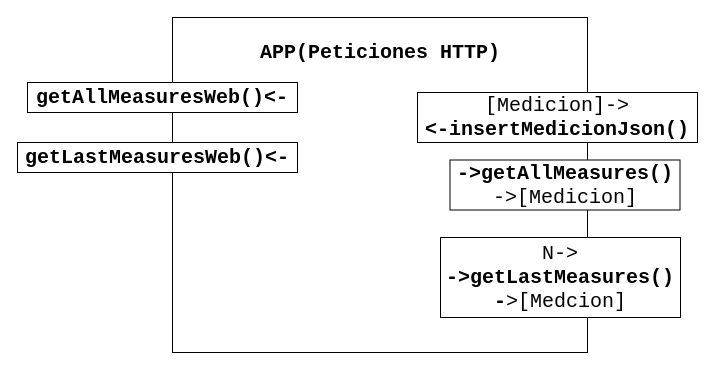
3-GTI-ProyectoMedioAmbiente/BackEndRest keeps this draw.io diagram as page "App" (4 of 6) of doc/Diseño/DiseñoApiREST.drawio. Above is the earlier version. Source tidied: cells renumbered, new cells numbered last; positions are measured from the earlier drawing's top-left corner, leaving out a move shared by most shapes. Both pictures are drawn from the tidied source at 100%, with x=0, y=0 at pixel (17, 17).
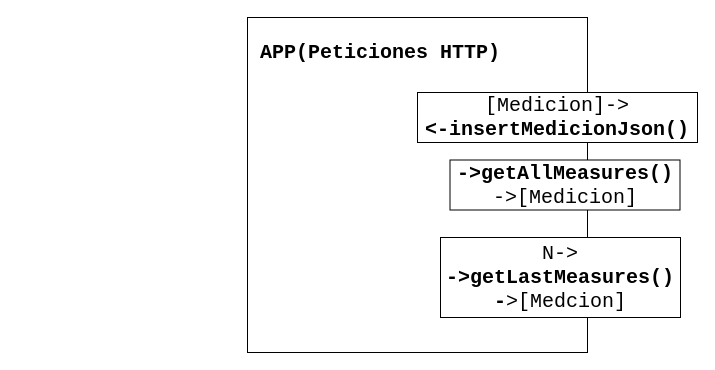
The same page after the edit.

Diff of the diagram source:
```diff
@@
 <mxGraphModel>
   <root>
     <mxCell id="0" />
     <mxCell id="1" parent="0" />
     <mxCell id="2" style="rounded=0;whiteSpace=wrap;html=1;" parent="1" vertex="1">
-      <mxGeometry x="155" width="415" height="335" as="geometry" />
+      <mxGeometry x="230" width="340" height="335" as="geometry" />
     </mxCell>
     <mxCell id="3" value="APP(Peticiones HTTP)" style="text;html=1;strokeColor=none;fillColor=none;align=center;verticalAlign=middle;whiteSpace=wrap;rounded=0;fontStyle=1;fontFamily=Courier New;fontSize=20;" parent="1" vertex="1">
       <mxGeometry x="238.8" y="25" width="247.5" height="20" as="geometry" />
     </mxCell>
     <mxCell id="4" value="[Medicion]-&amp;gt;&lt;br&gt;&lt;b&gt;&amp;lt;-insertMedicionJson()&lt;/b&gt;" style="rounded=0;whiteSpace=wrap;html=1;fontFamily=Courier New;fontSize=20;align=center;fontStyle=0;" parent="1" vertex="1">
       <mxGeometry x="400" y="75" width="280" height="50" as="geometry" />
     </mxCell>
     <mxCell id="5" value="&lt;b&gt;-&amp;gt;getAllMeasures()&lt;br&gt;&lt;/b&gt;-&amp;gt;[Medicion]" style="rounded=0;whiteSpace=wrap;html=1;fontFamily=Courier New;fontSize=20;align=center;fontStyle=0;" parent="1" vertex="1">
       <mxGeometry x="432.5" y="142.5" width="230" height="50" as="geometry" />
     </mxCell>
     <mxCell id="6" value="N-&amp;gt;&lt;br&gt;&lt;b&gt;-&amp;gt;getLastMeasures()&lt;/b&gt;&lt;br&gt;&lt;b&gt;-&lt;/b&gt;&amp;gt;[Medcion]" style="rounded=0;whiteSpace=wrap;html=1;fontFamily=Courier New;fontSize=20;align=center;fontStyle=0;" parent="1" vertex="1">
       <mxGeometry x="423" y="220" width="240" height="80" as="geometry" />
     </mxCell>
-    <mxCell id="7" value="&lt;b&gt;getAllMeasuresWeb()&amp;lt;-&lt;/b&gt;" style="rounded=0;whiteSpace=wrap;html=1;fontFamily=Courier New;fontSize=20;align=center;fontStyle=0;" parent="1" vertex="1">
-      <mxGeometry x="10" y="65" width="270" height="30" as="geometry" />
-    </mxCell>
-    <mxCell id="8" value="&lt;b&gt;getLastMeasuresWeb()&amp;lt;-&lt;/b&gt;" style="rounded=0;whiteSpace=wrap;html=1;fontFamily=Courier New;fontSize=20;align=center;fontStyle=0;" parent="1" vertex="1">
-      <mxGeometry y="125" width="280" height="30" as="geometry" />
-    </mxCell>
   </root>
 </mxGraphModel>
```
